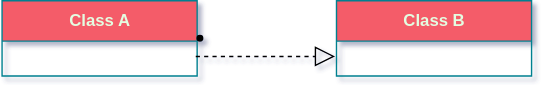
Above: uml/img/shixian.svg in fanyixuanf/rhca (draw.io), before the change. Source tidied: cells renumbered, new cells last; positions are measured from the earlier drawing's top-left corner, leaving out a move shared by most shapes.
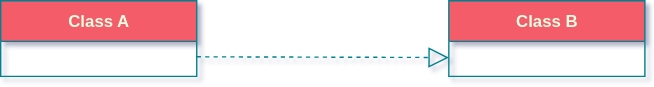
After the commit.

What changed in the source:
```diff
@@ -2,20 +2,16 @@
   <root>
     <mxCell id="0" />
     <mxCell id="1" parent="0" />
-    <mxCell id="2" value="Class A" style="swimlane;fontStyle=1;align=center;verticalAlign=middle;horizontal=1;startSize=29;html=1;fillColor=#F45B69;strokeColor=#028090;fontColor=#E4FDE1;" parent="1" vertex="1">
-      <mxGeometry width="140" height="54" as="geometry" />
+    <mxCell id="2" value="Class A" style="swimlane;fontStyle=1;align=center;verticalAlign=middle;horizontal=1;startSize=29;html=1;rounded=0;sketch=0;fontColor=#E4FDE1;strokeColor=#028090;fillColor=#F45B69;" parent="1" vertex="1">
+      <mxGeometry x="-111" width="140" height="54" as="geometry" />
     </mxCell>
-    <mxCell id="3" value="Class B" style="swimlane;fontStyle=1;align=center;verticalAlign=middle;horizontal=1;startSize=29;html=1;fillColor=#F45B69;strokeColor=#028090;fontColor=#E4FDE1;" parent="1" vertex="1">
-      <mxGeometry x="240" width="140" height="54" as="geometry" />
+    <mxCell id="3" value="Class B" style="swimlane;fontStyle=1;align=center;verticalAlign=middle;horizontal=1;startSize=29;html=1;rounded=0;sketch=0;fontColor=#E4FDE1;strokeColor=#028090;fillColor=#F45B69;" parent="1" vertex="1">
+      <mxGeometry x="209" width="140" height="54" as="geometry" />
     </mxCell>
-    <mxCell id="4" style="ellipse;html=1;fillColor=#000000;" parent="1" vertex="1">
-      <mxGeometry x="140" y="25" width="4" height="4" as="geometry" />
-    </mxCell>
-    <mxCell id="5" style="endArrow=block;dashed=1;endFill=0;endSize=12;html=1;rounded=0;" parent="1" edge="1">
-      <mxGeometry relative="1" as="geometry">
-        <mxPoint x="139" y="40" as="sourcePoint" />
-        <mxPoint x="239" y="40" as="targetPoint" />
-      </mxGeometry>
-    </mxCell>
+    <mxCell id="6" style="endArrow=block;dashed=1;endFill=0;endSize=12;html=1;rounded=1;sketch=0;fontColor=#E4FDE1;strokeColor=#028090;fillColor=#F45B69;curved=0;entryX=0;entryY=0.75;entryDx=0;entryDy=0;" parent="1" edge="1" target="3">
+      <mxGeometry relative="1" as="geometry">
+        <mxPoint x="29" y="40" as="sourcePoint" />
+      </mxGeometry>
+    </mxCell>
   </root>
 </mxGraphModel>
```
